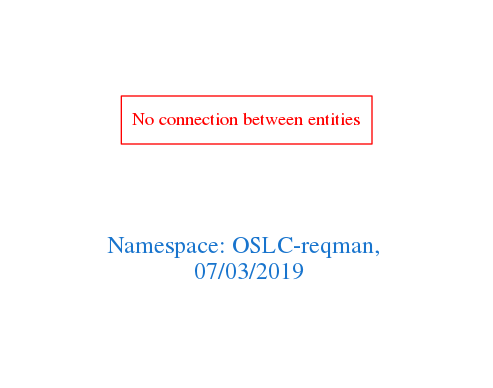
Earlier version of the Graphviz export downloads/OSLC-reqman.png (arago/OGIT). Its source is kept beside it as downloads/OSLC-reqman.dot.
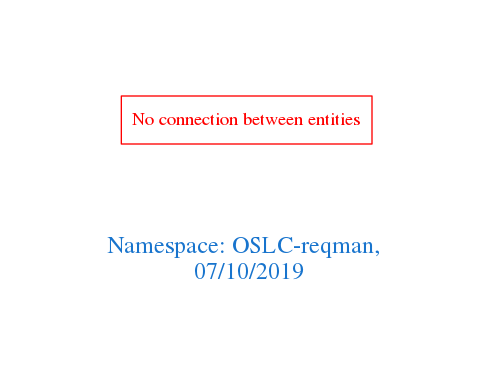
After the commit.

What changed in the source:
```diff
@@ -1,7 +1,7 @@
 digraph OGIT_ontology {
  graph [ rankdir= LR,pad=1
 fontsize = 18,
-fontcolor= dodgerblue3,label = "\n\n\nNamespace: OSLC-reqman, \n 07/03/2019"];
+fontcolor= dodgerblue3,label = "\n\n\nNamespace: OSLC-reqman, \n 07/10/2019"];
 node[shape=polygon];
 edge [  color="gray81"];
 
```
